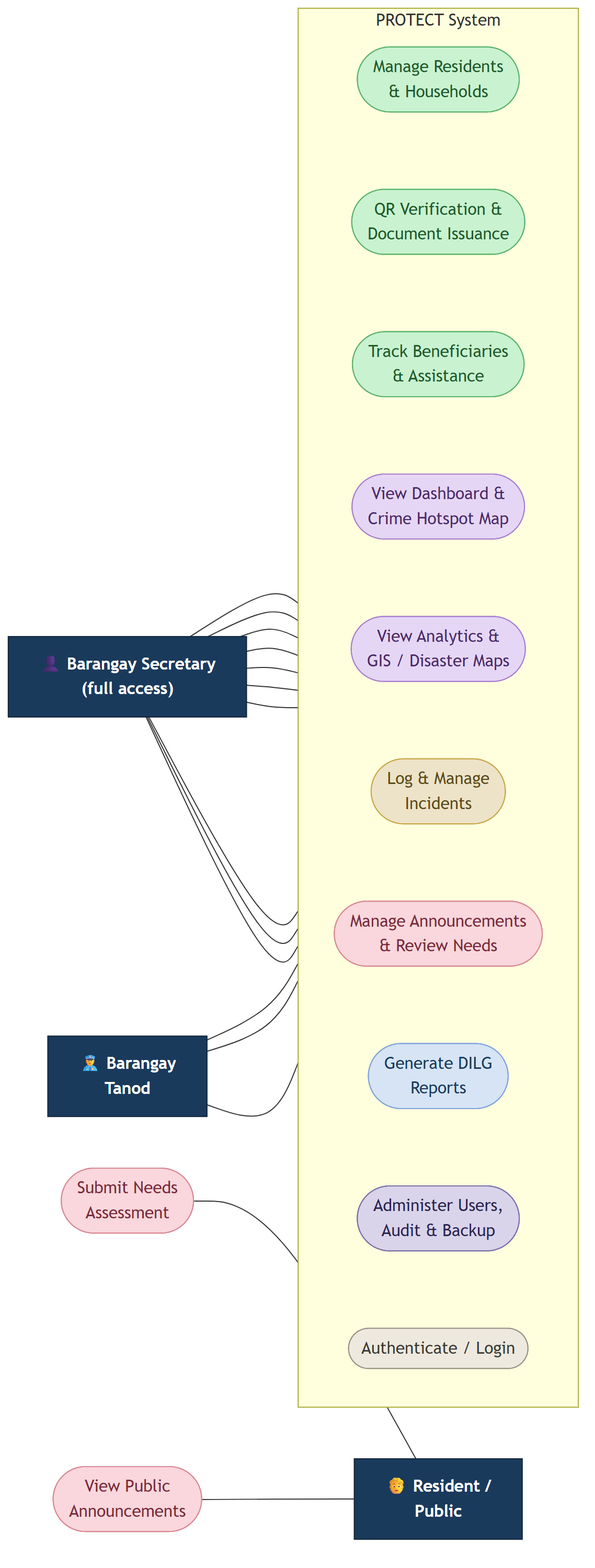
KellyEspera/protect keeps this Mermaid diagram as diagrams/use_case.png. Above is the earlier version. Its source is kept beside it as diagrams/use_case.mmd.
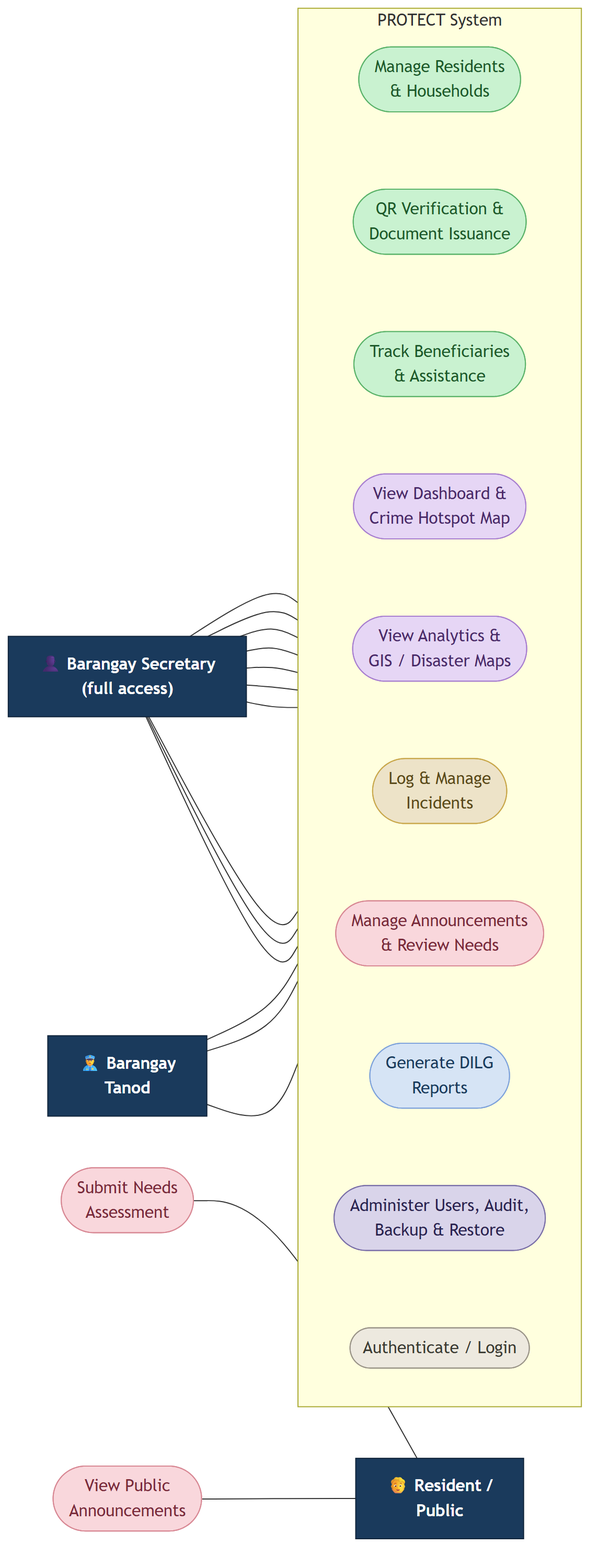
After the commit.

Commit message:
Diagrams: sync to current system (restore, dropped view, PDF outputs)

The edit, as a diff of the source:
```diff
@@ -12,7 +12,7 @@
       UC6(["Log & Manage<br/>Incidents"]):::safety
       UC7(["Manage Announcements<br/>& Review Needs"]):::needs
       UC8(["Generate DILG<br/>Reports"]):::reporting
-      UC9(["Administer Users,<br/>Audit & Backup"]):::admin
+      UC9(["Administer Users, Audit,<br/>Backup & Restore"]):::admin
       UC10(["Authenticate / Login"]):::auth
       UC1 ~~~ UC2 ~~~ UC3 ~~~ UC4 ~~~ UC5 ~~~ UC6 ~~~ UC7 ~~~ UC8 ~~~ UC9 ~~~ UC10
     end
```
